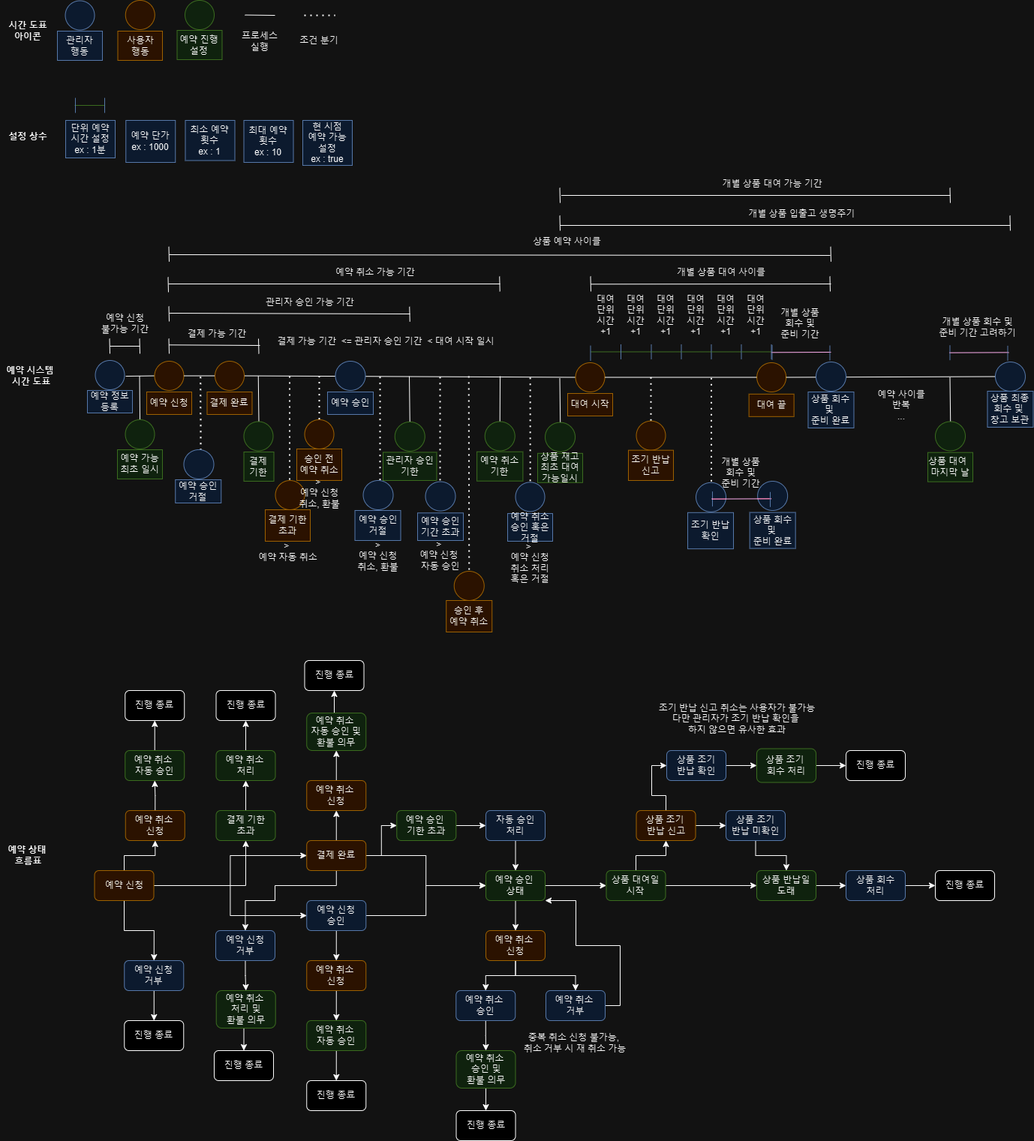
The draw.io diagram module-service-rental-reservation/external_files/logic/Reservation.drawio.png in RaillyLinker/Kotlin_SpringbootMvc_Template, before a commit. Source tidied: cells renumbered, new cells last; positions are measured from the earlier drawing's top-left corner, leaving out a move shared by most shapes.
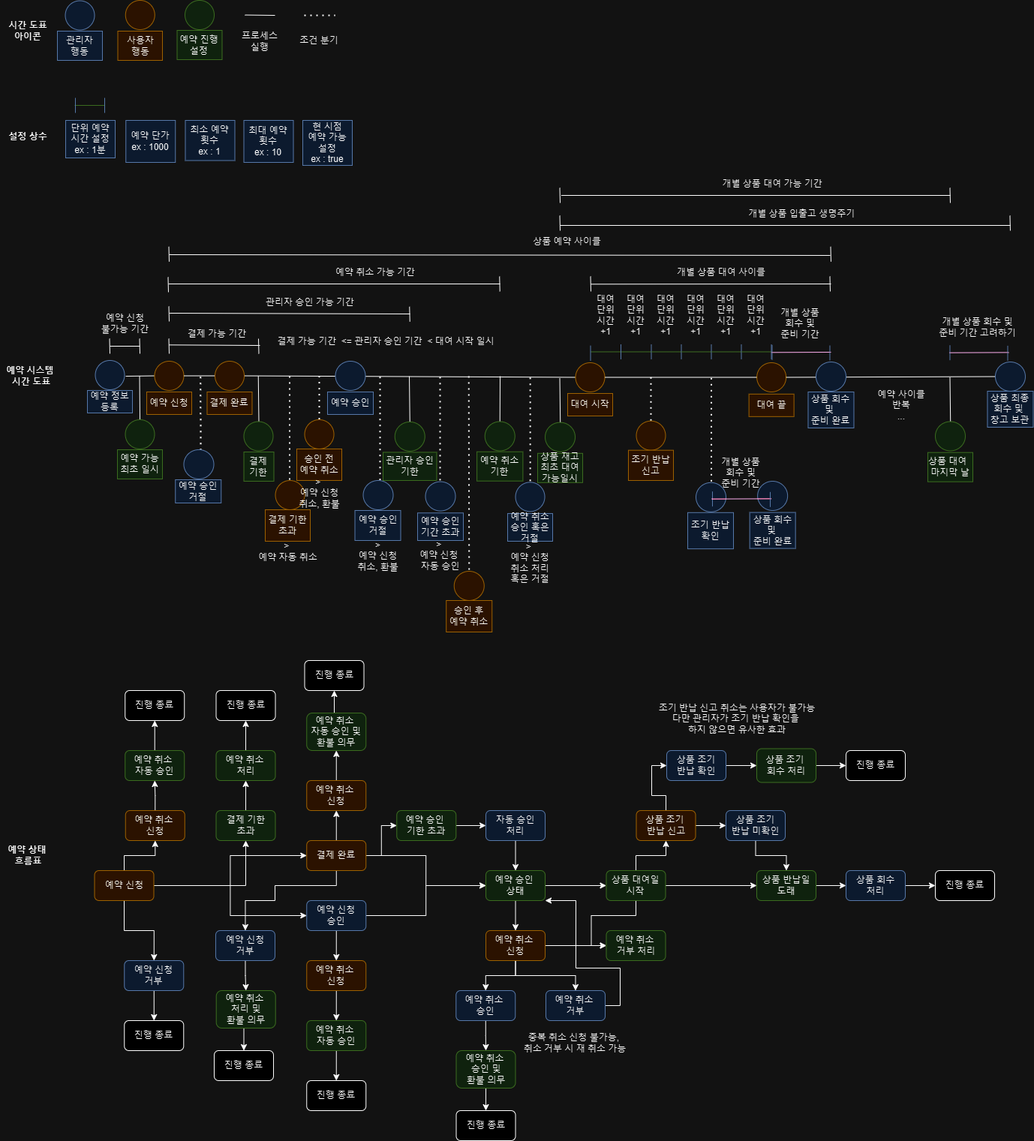
After the change.

Change to the diagram source:
```diff
@@ -716,8 +716,8 @@
       <mxGeometry relative="1" as="geometry">
         <Array as="points">
           <mxPoint x="826" y="1340" />
-          <mxPoint x="826" y="1260" />
-          <mxPoint x="767" y="1260" />
+          <mxPoint x="826" y="1290" />
+          <mxPoint x="767" y="1290" />
           <mxPoint x="767" y="1200" />
         </Array>
       </mxGeometry>
@@ -731,6 +731,9 @@
     <mxCell id="179" style="edgeStyle=orthogonalEdgeStyle;rounded=0;jettySize=auto;html=1;exitX=0.5;exitY=0;exitDx=0;exitDy=0;entryX=0.5;entryY=1;entryDx=0;entryDy=0;" parent="1" edge="1" source="180" target="187">
       <mxGeometry relative="1" as="geometry" />
     </mxCell>
+    <mxCell id="241" style="edgeStyle=orthogonalEdgeStyle;rounded=0;jettySize=auto;html=1;exitX=0.5;exitY=1;exitDx=0;exitDy=0;entryX=0;entryY=0.5;entryDx=0;entryDy=0;" parent="1" edge="1" source="180" target="243">
+      <mxGeometry relative="1" as="geometry" />
+    </mxCell>
     <mxCell id="180" value="상품 대여일&lt;div&gt;시작&lt;/div&gt;" style="rounded=1;whiteSpace=wrap;html=1;fillColor=#d5e8d4;strokeColor=#82b366;" parent="1" vertex="1">
       <mxGeometry x="807.5" y="1160" width="79" height="40" as="geometry" />
     </mxCell>
@@ -846,6 +849,9 @@
     <mxCell id="215" style="edgeStyle=orthogonalEdgeStyle;rounded=0;jettySize=auto;html=1;exitX=0.5;exitY=1;exitDx=0;exitDy=0;entryX=0.5;entryY=0;entryDx=0;entryDy=0;" parent="1" edge="1" source="216" target="177">
       <mxGeometry relative="1" as="geometry" />
     </mxCell>
+    <mxCell id="242" style="edgeStyle=orthogonalEdgeStyle;rounded=0;jettySize=auto;html=1;exitX=1;exitY=0.5;exitDx=0;exitDy=0;entryX=0;entryY=0.5;entryDx=0;entryDy=0;" parent="1" edge="1" source="216" target="243">
+      <mxGeometry relative="1" as="geometry" />
+    </mxCell>
     <mxCell id="216" value="&lt;div&gt;&lt;span style=&quot;background-color: initial;&quot;&gt;예약 취소&amp;nbsp;&lt;/span&gt;&lt;/div&gt;&lt;div&gt;신청&lt;/div&gt;" style="rounded=1;whiteSpace=wrap;html=1;fillColor=#ffe6cc;strokeColor=#d79b00;" parent="1" vertex="1">
       <mxGeometry x="647" y="1240" width="79" height="40" as="geometry" />
     </mxCell>
@@ -930,5 +936,8 @@
     <mxCell id="240" value="&amp;nbsp;개별 상품 대여 가능 기간" style="text;html=1;align=center;verticalAlign=middle;whiteSpace=wrap;rounded=0;" parent="1" vertex="1">
       <mxGeometry x="948.2" y="230" width="158.9" height="30" as="geometry" />
     </mxCell>
+    <mxCell id="243" value="예약 취소&amp;nbsp;&lt;div&gt;거부 처리&lt;/div&gt;" style="rounded=1;whiteSpace=wrap;html=1;fillColor=#d5e8d4;strokeColor=#82b366;" parent="1" vertex="1">
+      <mxGeometry x="807.5" y="1240" width="79" height="40" as="geometry" />
+    </mxCell>
   </root>
 </mxGraphModel>
```
